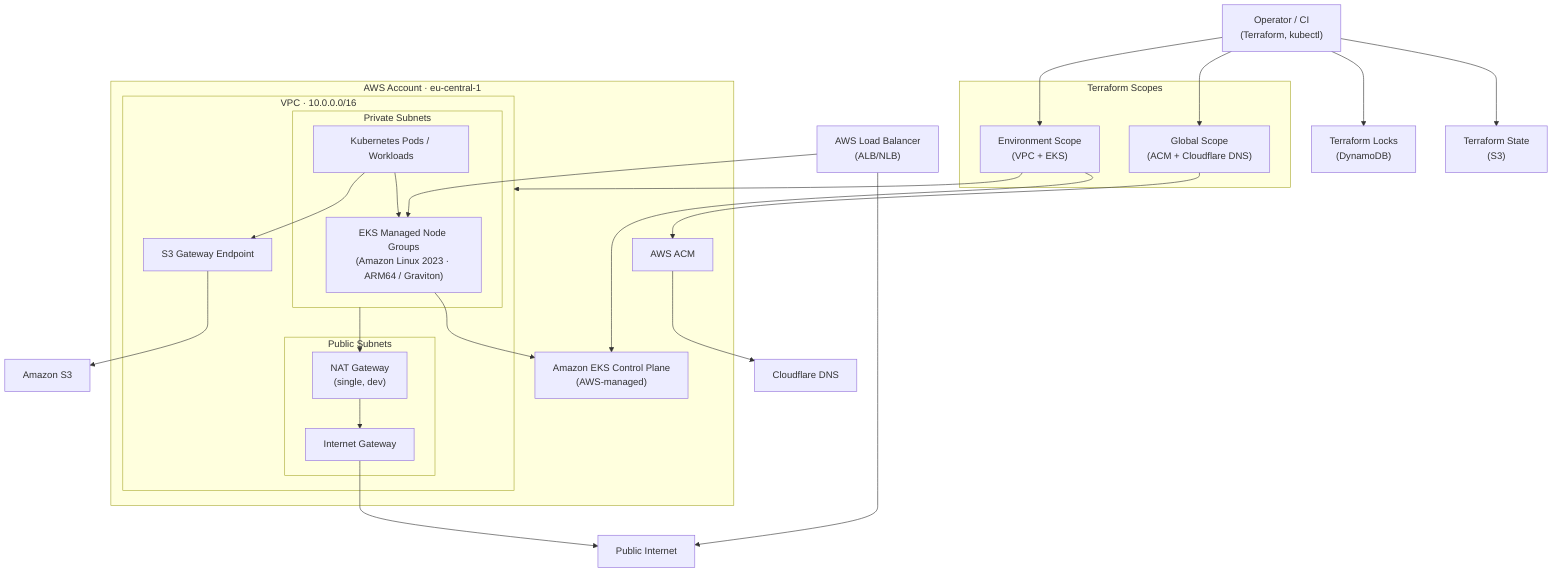
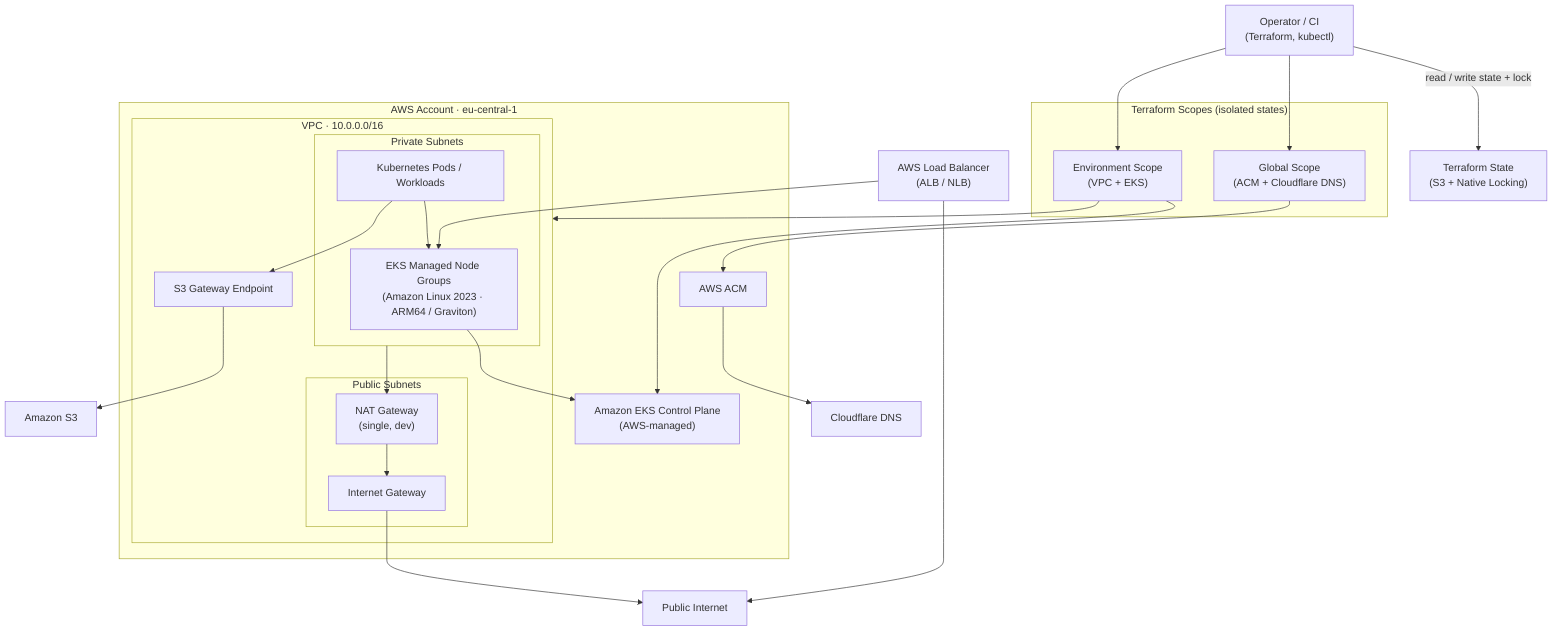
flowchart TB
  Operator["Operator / CI<br/>(Terraform, kubectl)"]

  %% -------------------------
-   %% Terraform scopes
+   %% Terraform scopes (isolated states)
  %% -------------------------
-   subgraph TF["Terraform Scopes"]
+   subgraph TF["Terraform Scopes (isolated states)"]
    Global["Global Scope<br/>(ACM + Cloudflare DNS)"]
    Env["Environment Scope<br/>(VPC + EKS)"]
  end

  %% -------------------------
-   %% Terraform backend
+   %% Terraform state backend
  %% -------------------------
-   TFSTATE_S3["Terraform State<br/>(S3)"]
-   TFLOCKS["Terraform Locks<br/>(DynamoDB)"]
+   TFSTATE_S3["Terraform State<br/>(S3 + Native Locking)"]

-   Operator --> TFSTATE_S3
-   Operator --> TFLOCKS
+   Operator -->|"read / write state + lock"| TFSTATE_S3
  Operator --> Global
  Operator --> Env

  %% -------------------------
  %% AWS account
  %% -------------------------
  subgraph AWS["AWS Account · eu-central-1"]

    %% VPC
    subgraph VPC["VPC · 10.0.0.0/16"]

      subgraph Public["Public Subnets"]
        IGW["Internet Gateway"]
        NAT["NAT Gateway<br/>(single, dev)"]
      end

      subgraph Private["Private Subnets"]
        Nodes["EKS Managed Node Groups<br/>(Amazon Linux 2023 · ARM64 / Graviton)"]
        Pods["Kubernetes Pods / Workloads"]
      end

      S3EP["S3 Gateway Endpoint"]
    end

    %% EKS control plane (AWS-managed)
    EKS["Amazon EKS Control Plane<br/>(AWS-managed)"]

    %% ACM
    ACM["AWS ACM"]
  end

  %% -------------------------
  %% External services
  %% -------------------------
  CF["Cloudflare DNS"]
  S3["Amazon S3"]
  Internet["Public Internet"]

  %% -------------------------
  %% Infra relationships
  %% -------------------------
  Env --> VPC
  Env --> EKS

  Nodes --> EKS
  Pods --> Nodes

  %% Egress paths
  Private --> NAT
  NAT --> IGW
  IGW --> Internet

  Pods --> S3EP --> S3

  %% Load balancer (AWS-managed, subnet-attached)
-   ALB["AWS Load Balancer<br/>(ALB/NLB)"]
+   ALB["AWS Load Balancer<br/>(ALB / NLB)"]
  ALB --> Internet
  ALB --> Nodes

  %% Global ACM + DNS
  Global --> ACM
  ACM --> CF
